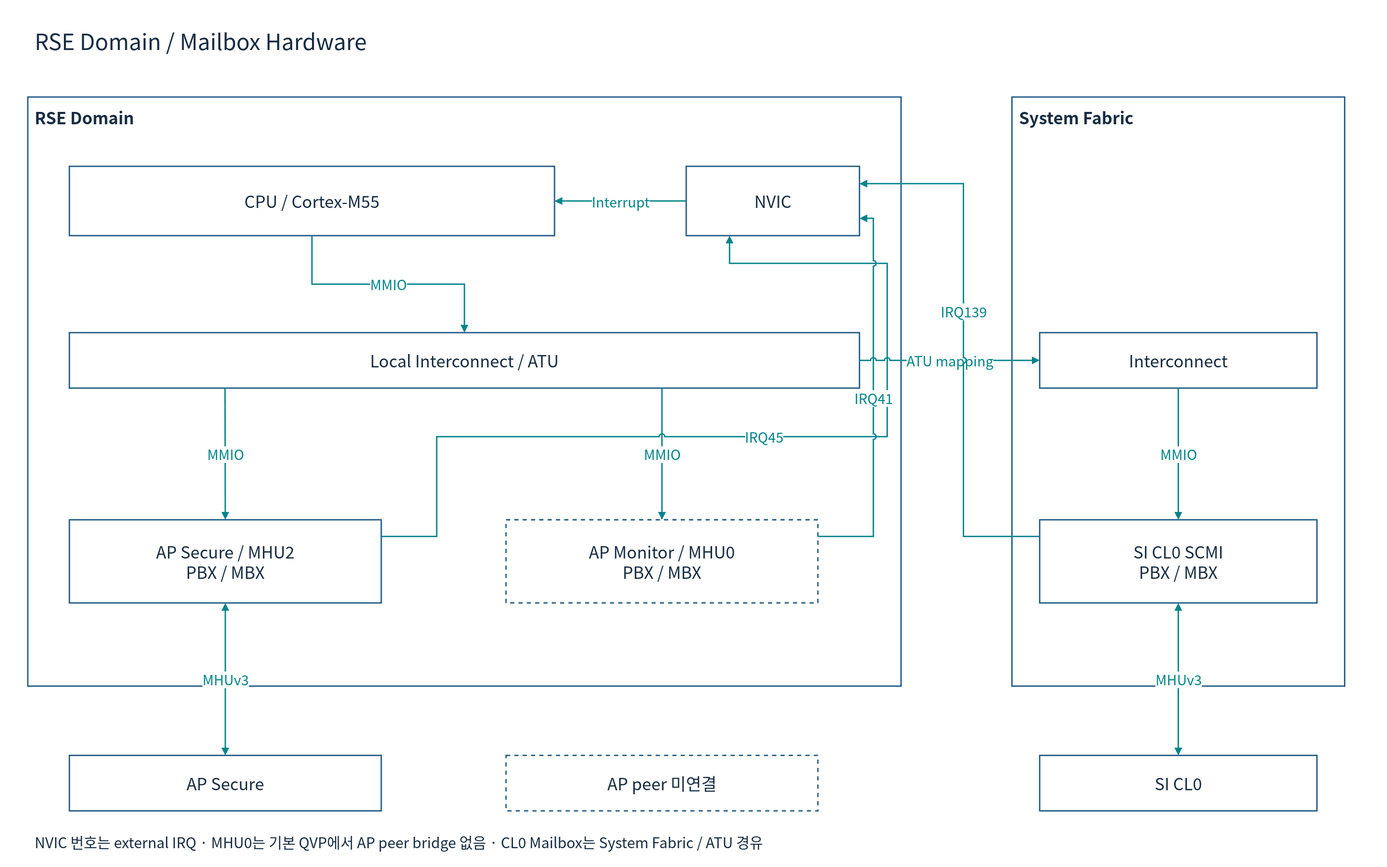
Above: doc/phase1/mailbox/diagrams/05-rse-hardware.drawio.svg in cometzero/project-apollo (draw.io), before the change. Source tidied: cells renumbered, new cells last; positions are measured from the earlier drawing's top-left corner, leaving out a move shared by most shapes.
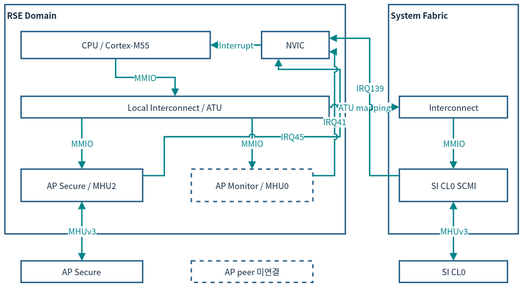
Later version of the same file.

Diff of the diagram source:
```diff
@@ -2,102 +2,93 @@
   <root>
     <mxCell id="0" />
     <mxCell id="1" parent="0" />
-    <mxCell id="2" style="rounded=0;whiteSpace=wrap;html=1;fillColor=#FFFFFF;strokeColor=#235D86;strokeWidth=2;fontColor=#172C43;fontFamily=Noto Sans CJK KR;fontSize=24;spacing=10;strokeColor=none;" parent="1" vertex="1">
-      <mxGeometry width="2000" height="1250" as="geometry" />
-    </mxCell>
-    <mxCell id="3" value="RSE Domain / Mailbox Hardware" style="rounded=0;whiteSpace=wrap;html=1;fillColor=#FFFFFF;strokeColor=#235D86;strokeWidth=2;fontColor=#172C43;fontFamily=Noto Sans CJK KR;fontSize=24;spacing=10;strokeColor=none;fontSize=32;align=left;" parent="1" vertex="1">
-      <mxGeometry x="40" y="25" width="1920" height="65" as="geometry" />
-    </mxCell>
-    <mxCell id="4" value="RSE Domain" style="rounded=0;whiteSpace=wrap;html=1;fillColor=#FFFFFF;strokeColor=#235D86;strokeWidth=2;fontColor=#172C43;fontFamily=Noto Sans CJK KR;fontSize=24;spacing=10;verticalAlign=top;align=left;fontStyle=1;" parent="1" vertex="1">
-      <mxGeometry x="40" y="140" width="1260" height="850" as="geometry" />
+    <mxCell id="4" value="RSE Domain" style="rounded=0;whiteSpace=wrap;html=1;fillColor=#FFFFFF;strokeColor=#235D86;strokeWidth=2;fontColor=#172C43;fontFamily=Noto Sans CJK KR;verticalAlign=top;align=left;fontStyle=1;fontSize=12;spacing=3;whiteSpace=wrap;" parent="1" vertex="1">
+      <mxGeometry x="12" y="27.6" width="490.7" height="331.1" as="geometry" />
     </mxCell>
-    <mxCell id="5" value="CPU / Cortex-M55" style="rounded=0;whiteSpace=wrap;html=1;fillColor=#FFFFFF;strokeColor=#235D86;strokeWidth=2;fontColor=#172C43;fontFamily=Noto Sans CJK KR;fontSize=24;spacing=10;" parent="4" vertex="1">
-      <mxGeometry x="60" y="100" width="700" height="100" as="geometry" />
+    <mxCell id="5" value="CPU / Cortex-M55" style="rounded=0;whiteSpace=wrap;html=1;fillColor=#FFFFFF;strokeColor=#235D86;strokeWidth=2;fontColor=#172C43;fontFamily=Noto Sans CJK KR;fontSize=12;spacing=3;whiteSpace=wrap;" parent="4" vertex="1">
+      <mxGeometry x="23.4" y="39" width="272.6" height="39" as="geometry" />
     </mxCell>
-    <mxCell id="6" value="NVIC" style="rounded=0;whiteSpace=wrap;html=1;fillColor=#FFFFFF;strokeColor=#235D86;strokeWidth=2;fontColor=#172C43;fontFamily=Noto Sans CJK KR;fontSize=24;spacing=10;" parent="4" vertex="1">
-      <mxGeometry x="950" y="100" width="250" height="100" as="geometry" />
+    <mxCell id="6" value="NVIC" style="rounded=0;whiteSpace=wrap;html=1;fillColor=#FFFFFF;strokeColor=#235D86;strokeWidth=2;fontColor=#172C43;fontFamily=Noto Sans CJK KR;fontSize=12;spacing=3;whiteSpace=wrap;" parent="4" vertex="1">
+      <mxGeometry x="370" y="39" width="97.4" height="39" as="geometry" />
     </mxCell>
-    <mxCell id="7" value="Local Interconnect / ATU" style="rounded=0;whiteSpace=wrap;html=1;fillColor=#FFFFFF;strokeColor=#235D86;strokeWidth=2;fontColor=#172C43;fontFamily=Noto Sans CJK KR;fontSize=24;spacing=10;" parent="4" vertex="1">
-      <mxGeometry x="60" y="340" width="1140" height="80" as="geometry" />
+    <mxCell id="7" value="Local Interconnect / ATU" style="rounded=0;whiteSpace=wrap;html=1;fillColor=#FFFFFF;strokeColor=#235D86;strokeWidth=2;fontColor=#172C43;fontFamily=Noto Sans CJK KR;fontSize=12;spacing=3;whiteSpace=wrap;" parent="4" vertex="1">
+      <mxGeometry x="23.4" y="132.4" width="444" height="31.2" as="geometry" />
     </mxCell>
-    <mxCell id="8" value="AP Secure / MHU2&lt;br&gt;PBX / MBX" style="rounded=0;whiteSpace=wrap;html=1;fillColor=#FFFFFF;strokeColor=#235D86;strokeWidth=2;fontColor=#172C43;fontFamily=Noto Sans CJK KR;fontSize=24;spacing=10;" parent="4" vertex="1">
-      <mxGeometry x="60" y="610" width="450" height="120" as="geometry" />
+    <mxCell id="8" value="AP Secure / MHU2" style="rounded=0;whiteSpace=wrap;html=1;fillColor=#FFFFFF;strokeColor=#235D86;strokeWidth=2;fontColor=#172C43;fontFamily=Noto Sans CJK KR;fontSize=12;spacing=3;whiteSpace=wrap;" parent="4" vertex="1">
+      <mxGeometry x="23.4" y="237.6" width="175.3" height="46.7" as="geometry" />
     </mxCell>
-    <mxCell id="9" value="AP Monitor / MHU0&lt;br&gt;PBX / MBX" style="rounded=0;whiteSpace=wrap;html=1;fillColor=#FFFFFF;strokeColor=#235D86;strokeWidth=2;fontColor=#172C43;fontFamily=Noto Sans CJK KR;fontSize=24;spacing=10;dashed=1;" parent="4" vertex="1">
-      <mxGeometry x="690" y="610" width="450" height="120" as="geometry" />
+    <mxCell id="9" value="AP Monitor / MHU0" style="rounded=0;whiteSpace=wrap;html=1;fillColor=#FFFFFF;strokeColor=#235D86;strokeWidth=2;fontColor=#172C43;fontFamily=Noto Sans CJK KR;dashed=1;fontSize=12;spacing=3;whiteSpace=wrap;" parent="4" vertex="1">
+      <mxGeometry x="268.7" y="237.6" width="175.3" height="46.7" as="geometry" />
     </mxCell>
-    <mxCell id="10" value="MMIO" style="edgeStyle=orthogonalEdgeStyle;rounded=0;html=1;endArrow=block;endFill=1;strokeWidth=2;strokeColor=#00838A;fontColor=#00838A;fontFamily=Noto Sans CJK KR;fontSize=20;labelBackgroundColor=#FFFFFF;jumpStyle=arc;exitX=0.5;exitY=1;entryX=0.5;entryY=0;" parent="1" edge="1" source="5" target="7">
+    <mxCell id="10" value="MMIO" style="edgeStyle=orthogonalEdgeStyle;rounded=0;html=1;endArrow=block;endFill=1;strokeWidth=2;strokeColor=#00838A;fontColor=#00838A;fontFamily=Noto Sans CJK KR;labelBackgroundColor=#FFFFFF;jumpStyle=arc;exitX=0.5;exitY=1;entryX=0.5;entryY=0;fontSize=12;spacing=3;whiteSpace=nowrap;" parent="1" edge="1" source="5" target="7">
       <mxGeometry relative="1" as="geometry" />
     </mxCell>
-    <mxCell id="11" value="Interrupt" style="edgeStyle=orthogonalEdgeStyle;rounded=0;html=1;endArrow=block;endFill=1;strokeWidth=2;strokeColor=#00838A;fontColor=#00838A;fontFamily=Noto Sans CJK KR;fontSize=20;labelBackgroundColor=#FFFFFF;jumpStyle=arc;exitX=0;exitY=0.5;entryX=1;entryY=0.5;" parent="1" edge="1" source="6" target="5">
+    <mxCell id="11" value="Interrupt" style="edgeStyle=orthogonalEdgeStyle;rounded=0;html=1;endArrow=block;endFill=1;strokeWidth=2;strokeColor=#00838A;fontColor=#00838A;fontFamily=Noto Sans CJK KR;labelBackgroundColor=#FFFFFF;jumpStyle=arc;exitX=0;exitY=0.5;entryX=1;entryY=0.5;fontSize=12;spacing=3;whiteSpace=nowrap;" parent="1" edge="1" source="6" target="5">
       <mxGeometry relative="1" as="geometry" />
     </mxCell>
-    <mxCell id="12" value="MMIO" style="edgeStyle=orthogonalEdgeStyle;rounded=0;html=1;endArrow=block;endFill=1;strokeWidth=2;strokeColor=#00838A;fontColor=#00838A;fontFamily=Noto Sans CJK KR;fontSize=20;labelBackgroundColor=#FFFFFF;jumpStyle=arc;exitX=0.197;exitY=1;entryX=0.5;entryY=0;" parent="1" edge="1" source="7" target="8">
+    <mxCell id="12" value="MMIO" style="edgeStyle=orthogonalEdgeStyle;rounded=0;html=1;endArrow=block;endFill=1;strokeWidth=2;strokeColor=#00838A;fontColor=#00838A;fontFamily=Noto Sans CJK KR;labelBackgroundColor=#FFFFFF;jumpStyle=arc;exitX=0.197;exitY=1;entryX=0.5;entryY=0;fontSize=12;spacing=3;whiteSpace=nowrap;" parent="1" edge="1" source="7" target="8">
       <mxGeometry relative="1" as="geometry" />
     </mxCell>
-    <mxCell id="13" value="MMIO" style="edgeStyle=orthogonalEdgeStyle;rounded=0;html=1;endArrow=block;endFill=1;strokeWidth=2;strokeColor=#00838A;fontColor=#00838A;fontFamily=Noto Sans CJK KR;fontSize=20;labelBackgroundColor=#FFFFFF;jumpStyle=arc;exitX=0.75;exitY=1;entryX=0.5;entryY=0;" parent="1" edge="1" source="7" target="9">
+    <mxCell id="13" value="MMIO" style="edgeStyle=orthogonalEdgeStyle;rounded=0;html=1;endArrow=block;endFill=1;strokeWidth=2;strokeColor=#00838A;fontColor=#00838A;fontFamily=Noto Sans CJK KR;labelBackgroundColor=#FFFFFF;jumpStyle=arc;exitX=0.75;exitY=1;entryX=0.5;entryY=0;fontSize=12;spacing=3;whiteSpace=nowrap;" parent="1" edge="1" source="7" target="9">
       <mxGeometry relative="1" as="geometry" />
     </mxCell>
-    <mxCell id="14" value="IRQ45" style="edgeStyle=orthogonalEdgeStyle;rounded=0;html=1;endArrow=block;endFill=1;strokeWidth=2;strokeColor=#00838A;fontColor=#00838A;fontFamily=Noto Sans CJK KR;fontSize=20;labelBackgroundColor=#FFFFFF;jumpStyle=arc;exitX=1;exitY=0.2;entryX=0.25;entryY=1;" parent="1" edge="1" source="8" target="6">
+    <mxCell id="14" value="IRQ45" style="edgeStyle=orthogonalEdgeStyle;rounded=0;html=1;endArrow=block;endFill=1;strokeWidth=2;strokeColor=#00838A;fontColor=#00838A;fontFamily=Noto Sans CJK KR;labelBackgroundColor=#FFFFFF;jumpStyle=arc;exitX=1;exitY=0.2;entryX=0.25;entryY=1;fontSize=12;spacing=3;whiteSpace=nowrap;" parent="1" edge="1" source="8" target="6">
       <mxGeometry relative="1" as="geometry">
         <Array as="points">
-          <mxPoint x="630" y="774" />
-          <mxPoint x="630" y="630" />
-          <mxPoint x="1280" y="630" />
-          <mxPoint x="1280" y="380" />
-          <mxPoint x="1052" y="380" />
+          <mxPoint x="241.8" y="274.5" />
+          <mxPoint x="241.8" y="218.4" />
+          <mxPoint x="494.9" y="218.4" />
+          <mxPoint x="494.9" y="121" />
+          <mxPoint x="406.1" y="121" />
         </Array>
       </mxGeometry>
     </mxCell>
-    <mxCell id="15" value="IRQ41" style="edgeStyle=orthogonalEdgeStyle;rounded=0;html=1;endArrow=block;endFill=1;strokeWidth=2;strokeColor=#00838A;fontColor=#00838A;fontFamily=Noto Sans CJK KR;fontSize=20;labelBackgroundColor=#FFFFFF;jumpStyle=arc;exitX=1;exitY=0.2;entryX=1;entryY=0.75;" parent="1" edge="1" source="9" target="6">
+    <mxCell id="15" value="IRQ41" style="edgeStyle=orthogonalEdgeStyle;rounded=0;html=1;endArrow=block;endFill=1;strokeWidth=2;strokeColor=#00838A;fontColor=#00838A;fontFamily=Noto Sans CJK KR;labelBackgroundColor=#FFFFFF;jumpStyle=arc;exitX=1;exitY=0.2;entryX=1;entryY=0.75;fontSize=12;spacing=3;whiteSpace=nowrap;" parent="1" edge="1" source="9" target="6">
       <mxGeometry relative="1" as="geometry">
         <Array as="points">
-          <mxPoint x="1260" y="774" />
-          <mxPoint x="1260" y="315" />
+          <mxPoint x="487.2" y="274.5" />
+          <mxPoint x="487.2" y="95.7" />
         </Array>
       </mxGeometry>
     </mxCell>
-    <mxCell id="16" value="System Fabric" style="rounded=0;whiteSpace=wrap;html=1;fillColor=#FFFFFF;strokeColor=#235D86;strokeWidth=2;fontColor=#172C43;fontFamily=Noto Sans CJK KR;fontSize=24;spacing=10;verticalAlign=top;align=left;fontStyle=1;" parent="1" vertex="1">
-      <mxGeometry x="1460" y="140" width="480" height="850" as="geometry" />
+    <mxCell id="16" value="System Fabric" style="rounded=0;whiteSpace=wrap;html=1;fillColor=#FFFFFF;strokeColor=#235D86;strokeWidth=2;fontColor=#172C43;fontFamily=Noto Sans CJK KR;verticalAlign=top;align=left;fontStyle=1;fontSize=12;spacing=3;whiteSpace=wrap;" parent="1" vertex="1">
+      <mxGeometry x="565" y="27.6" width="186.9" height="331.1" as="geometry" />
     </mxCell>
-    <mxCell id="17" value="Interconnect" style="rounded=0;whiteSpace=wrap;html=1;fillColor=#FFFFFF;strokeColor=#235D86;strokeWidth=2;fontColor=#172C43;fontFamily=Noto Sans CJK KR;fontSize=24;spacing=10;" parent="16" vertex="1">
-      <mxGeometry x="40" y="340" width="400" height="80" as="geometry" />
+    <mxCell id="17" value="Interconnect" style="rounded=0;whiteSpace=wrap;html=1;fillColor=#FFFFFF;strokeColor=#235D86;strokeWidth=2;fontColor=#172C43;fontFamily=Noto Sans CJK KR;fontSize=12;spacing=3;whiteSpace=wrap;" parent="16" vertex="1">
+      <mxGeometry x="15.6" y="132.4" width="155.8" height="31.2" as="geometry" />
     </mxCell>
-    <mxCell id="18" value="SI CL0 SCMI&lt;br&gt;PBX / MBX" style="rounded=0;whiteSpace=wrap;html=1;fillColor=#FFFFFF;strokeColor=#235D86;strokeWidth=2;fontColor=#172C43;fontFamily=Noto Sans CJK KR;fontSize=24;spacing=10;" parent="16" vertex="1">
-      <mxGeometry x="40" y="610" width="400" height="120" as="geometry" />
+    <mxCell id="18" value="SI CL0 SCMI" style="rounded=0;whiteSpace=wrap;html=1;fillColor=#FFFFFF;strokeColor=#235D86;strokeWidth=2;fontColor=#172C43;fontFamily=Noto Sans CJK KR;fontSize=12;spacing=3;whiteSpace=wrap;" parent="16" vertex="1">
+      <mxGeometry x="15.6" y="237.6" width="155.8" height="46.7" as="geometry" />
     </mxCell>
-    <mxCell id="19" value="ATU mapping" style="edgeStyle=orthogonalEdgeStyle;rounded=0;html=1;endArrow=block;endFill=1;strokeWidth=2;strokeColor=#00838A;fontColor=#00838A;fontFamily=Noto Sans CJK KR;fontSize=20;labelBackgroundColor=#FFFFFF;jumpStyle=arc;exitX=1;exitY=0.5;entryX=0;entryY=0.5;" parent="1" edge="1" source="7" target="17">
+    <mxCell id="19" value="ATU mapping" style="edgeStyle=orthogonalEdgeStyle;rounded=0;html=1;endArrow=block;endFill=1;strokeWidth=2;strokeColor=#00838A;fontColor=#00838A;fontFamily=Noto Sans CJK KR;labelBackgroundColor=#FFFFFF;jumpStyle=arc;exitX=1;exitY=0.5;entryX=0;entryY=0.5;fontSize=12;spacing=3;whiteSpace=nowrap;" parent="1" edge="1" source="7" target="17">
       <mxGeometry relative="1" as="geometry" />
     </mxCell>
-    <mxCell id="20" value="MMIO" style="edgeStyle=orthogonalEdgeStyle;rounded=0;html=1;endArrow=block;endFill=1;strokeWidth=2;strokeColor=#00838A;fontColor=#00838A;fontFamily=Noto Sans CJK KR;fontSize=20;labelBackgroundColor=#FFFFFF;jumpStyle=arc;exitX=0.5;exitY=1;entryX=0.5;entryY=0;" parent="1" edge="1" source="17" target="18">
+    <mxCell id="20" value="MMIO" style="edgeStyle=orthogonalEdgeStyle;rounded=0;html=1;endArrow=block;endFill=1;strokeWidth=2;strokeColor=#00838A;fontColor=#00838A;fontFamily=Noto Sans CJK KR;labelBackgroundColor=#FFFFFF;jumpStyle=arc;exitX=0.5;exitY=1;entryX=0.5;entryY=0;fontSize=12;spacing=3;whiteSpace=nowrap;" parent="1" edge="1" source="17" target="18">
       <mxGeometry relative="1" as="geometry" />
     </mxCell>
-    <mxCell id="21" value="IRQ139" style="edgeStyle=orthogonalEdgeStyle;rounded=0;html=1;endArrow=block;endFill=1;strokeWidth=2;strokeColor=#00838A;fontColor=#00838A;fontFamily=Noto Sans CJK KR;fontSize=20;labelBackgroundColor=#FFFFFF;jumpStyle=arc;exitX=0;exitY=0.2;entryX=1;entryY=0.25;" parent="1" edge="1" source="18" target="6">
+    <mxCell id="21" value="IRQ139" style="edgeStyle=orthogonalEdgeStyle;rounded=0;html=1;endArrow=block;endFill=1;strokeWidth=2;strokeColor=#00838A;fontColor=#00838A;fontFamily=Noto Sans CJK KR;labelBackgroundColor=#FFFFFF;jumpStyle=arc;exitX=0;exitY=0.2;entryX=1;entryY=0.25;fontSize=12;spacing=3;whiteSpace=nowrap;" parent="1" edge="1" source="18" target="6">
       <mxGeometry relative="1" as="geometry">
         <Array as="points">
-          <mxPoint x="1390" y="774" />
-          <mxPoint x="1390" y="265" />
+          <mxPoint x="537.8" y="274.5" />
+          <mxPoint x="537.8" y="76.3" />
         </Array>
-        <mxPoint y="-50" as="offset" />
+        <mxPoint y="-19.5" as="offset" />
       </mxGeometry>
     </mxCell>
-    <mxCell id="22" value="AP Secure" style="rounded=0;whiteSpace=wrap;html=1;fillColor=#FFFFFF;strokeColor=#235D86;strokeWidth=2;fontColor=#172C43;fontFamily=Noto Sans CJK KR;fontSize=24;spacing=10;" parent="1" vertex="1">
-      <mxGeometry x="100" y="1090" width="450" height="80" as="geometry" />
+    <mxCell id="22" value="AP Secure" style="rounded=0;whiteSpace=wrap;html=1;fillColor=#FFFFFF;strokeColor=#235D86;strokeWidth=2;fontColor=#172C43;fontFamily=Noto Sans CJK KR;fontSize=12;spacing=3;whiteSpace=wrap;" parent="1" vertex="1">
+      <mxGeometry x="35.4" y="397.6" width="175.3" height="31.2" as="geometry" />
     </mxCell>
-    <mxCell id="23" value="MHUv3" style="edgeStyle=orthogonalEdgeStyle;rounded=0;html=1;endArrow=block;endFill=1;strokeWidth=2;strokeColor=#00838A;fontColor=#00838A;fontFamily=Noto Sans CJK KR;fontSize=20;labelBackgroundColor=#FFFFFF;jumpStyle=arc;startArrow=block;startFill=1;exitX=0.5;exitY=1;entryX=0.5;entryY=0;" parent="1" edge="1" source="8" target="22">
+    <mxCell id="23" value="MHUv3" style="edgeStyle=orthogonalEdgeStyle;rounded=0;html=1;endArrow=block;endFill=1;strokeWidth=2;strokeColor=#00838A;fontColor=#00838A;fontFamily=Noto Sans CJK KR;labelBackgroundColor=#FFFFFF;jumpStyle=arc;startArrow=block;startFill=1;exitX=0.5;exitY=1;entryX=0.5;entryY=0;fontSize=12;spacing=3;whiteSpace=nowrap;" parent="1" edge="1" source="8" target="22">
       <mxGeometry relative="1" as="geometry" />
     </mxCell>
-    <mxCell id="24" value="AP peer 미연결" style="rounded=0;whiteSpace=wrap;html=1;fillColor=#FFFFFF;strokeColor=#235D86;strokeWidth=2;fontColor=#172C43;fontFamily=Noto Sans CJK KR;fontSize=24;spacing=10;dashed=1;" parent="1" vertex="1">
-      <mxGeometry x="730" y="1090" width="450" height="80" as="geometry" />
+    <mxCell id="24" value="AP peer 미연결" style="rounded=0;whiteSpace=wrap;html=1;fillColor=#FFFFFF;strokeColor=#235D86;strokeWidth=2;fontColor=#172C43;fontFamily=Noto Sans CJK KR;dashed=1;fontSize=12;spacing=3;whiteSpace=wrap;" parent="1" vertex="1">
+      <mxGeometry x="280.7" y="397.6" width="175.3" height="31.2" as="geometry" />
     </mxCell>
-    <mxCell id="25" value="SI CL0" style="rounded=0;whiteSpace=wrap;html=1;fillColor=#FFFFFF;strokeColor=#235D86;strokeWidth=2;fontColor=#172C43;fontFamily=Noto Sans CJK KR;fontSize=24;spacing=10;" parent="1" vertex="1">
-      <mxGeometry x="1500" y="1090" width="400" height="80" as="geometry" />
+    <mxCell id="25" value="SI CL0" style="rounded=0;whiteSpace=wrap;html=1;fillColor=#FFFFFF;strokeColor=#235D86;strokeWidth=2;fontColor=#172C43;fontFamily=Noto Sans CJK KR;fontSize=12;spacing=3;whiteSpace=wrap;" parent="1" vertex="1">
+      <mxGeometry x="580.6" y="397.6" width="155.8" height="31.2" as="geometry" />
     </mxCell>
-    <mxCell id="26" value="MHUv3" style="edgeStyle=orthogonalEdgeStyle;rounded=0;html=1;endArrow=block;endFill=1;strokeWidth=2;strokeColor=#00838A;fontColor=#00838A;fontFamily=Noto Sans CJK KR;fontSize=20;labelBackgroundColor=#FFFFFF;jumpStyle=arc;startArrow=block;startFill=1;exitX=0.5;exitY=1;entryX=0.5;entryY=0;" parent="1" edge="1" source="18" target="25">
+    <mxCell id="26" value="MHUv3" style="edgeStyle=orthogonalEdgeStyle;rounded=0;html=1;endArrow=block;endFill=1;strokeWidth=2;strokeColor=#00838A;fontColor=#00838A;fontFamily=Noto Sans CJK KR;labelBackgroundColor=#FFFFFF;jumpStyle=arc;startArrow=block;startFill=1;exitX=0.5;exitY=1;entryX=0.5;entryY=0;fontSize=12;spacing=3;whiteSpace=nowrap;" parent="1" edge="1" source="18" target="25">
       <mxGeometry relative="1" as="geometry" />
     </mxCell>
-    <mxCell id="27" value="NVIC 번호는 external IRQ · MHU0는 기본 QVP에서 AP peer bridge 없음 · CL0 Mailbox는 System Fabric / ATU 경유" style="rounded=0;whiteSpace=wrap;html=1;fillColor=#FFFFFF;strokeColor=#235D86;strokeWidth=2;fontColor=#172C43;fontFamily=Noto Sans CJK KR;fontSize=24;spacing=10;strokeColor=none;fontSize=21;align=left;" parent="1" vertex="1">
-      <mxGeometry x="40" y="1190" width="1900" height="50" as="geometry" />
-    </mxCell>
   </root>
 </mxGraphModel>
```
